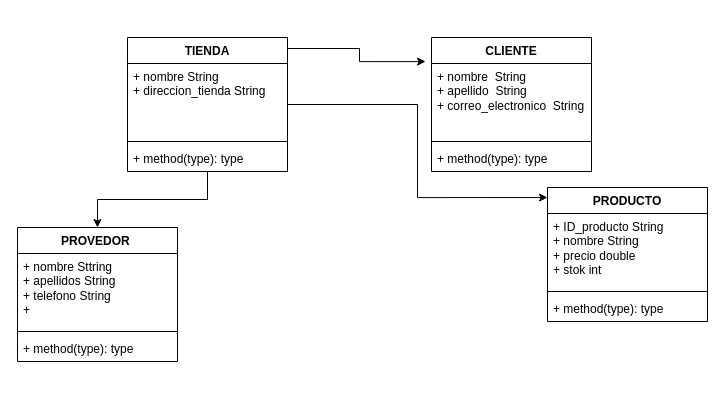
MAB288/fundamentos_de_base_de_datos_Maviel_Martinez keeps this draw.io diagram as page "Page-1" (1 of 2) of DIAGRAMA/TABLAS.drawio. Above is the earlier version. Source tidied: cells renumbered, new cells numbered last; positions are measured from the earlier drawing's top-left corner, leaving out a move shared by most shapes. Both pictures are drawn from the tidied source at 100%, with x=0, y=0 at pixel (17, 37).
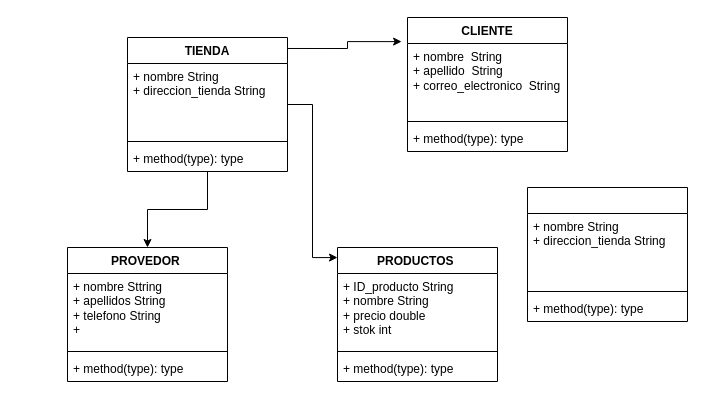
Above is the later version.

Change to the diagram source:
```diff
@@
     <mxCell id="2" value="PROVEDOR&amp;nbsp;" style="swimlane;fontStyle=1;align=center;verticalAlign=top;horizontal=1;startSize=26;whiteSpace=wrap;html=1;" parent="1" vertex="1">
-      <mxGeometry y="190" width="160" height="134" as="geometry" />
+      <mxGeometry x="50" y="210" width="160" height="134" as="geometry" />
     </mxCell>
@@
     <mxCell id="6" value="CLIENTE" style="swimlane;fontStyle=1;align=center;verticalAlign=top;horizontal=1;startSize=26;whiteSpace=wrap;html=1;" parent="1" vertex="1">
-      <mxGeometry x="414" width="160" height="134" as="geometry" />
+      <mxGeometry x="390" y="-20" width="160" height="134" as="geometry" />
     </mxCell>
@@
-    <mxCell id="11" value="PRODUCTO" style="swimlane;fontStyle=1;align=center;verticalAlign=top;horizontal=1;startSize=26;whiteSpace=wrap;html=1;" parent="1" vertex="1">
-      <mxGeometry x="530" y="150" width="160" height="134" as="geometry" />
+    <mxCell id="11" value="PRODUCTOS&amp;nbsp;" style="swimlane;fontStyle=1;align=center;verticalAlign=top;horizontal=1;startSize=26;whiteSpace=wrap;html=1;" parent="1" vertex="1">
+      <mxGeometry x="320" y="210" width="160" height="134" as="geometry" />
     </mxCell>
@@
+    <mxCell id="21" style="swimlane;fontStyle=1;align=center;verticalAlign=top;horizontal=1;startSize=26;whiteSpace=wrap;html=1;" parent="1" vertex="1">
+      <mxGeometry x="510" y="150" width="160" height="134" as="geometry" />
+    </mxCell>
+    <mxCell id="22" value="+ nombre String&lt;br&gt;+ direccion_tienda String" style="text;strokeColor=none;fillColor=none;align=left;verticalAlign=top;spacingLeft=4;spacingRight=4;overflow=hidden;whiteSpace=wrap;html=1;" parent="21" vertex="1">
+      <mxGeometry y="26" width="160" height="74" as="geometry" />
+    </mxCell>
+    <mxCell id="23" style="line;strokeWidth=1;fillColor=none;align=left;verticalAlign=middle;spacingTop=-1;spacingLeft=3;spacingRight=3;labelPosition=right;strokeColor=inherit;" parent="21" vertex="1">
+      <mxGeometry y="100" width="160" height="8" as="geometry" />
+    </mxCell>
+    <mxCell id="24" value="+ method(type): type" style="text;strokeColor=none;fillColor=none;align=left;verticalAlign=top;spacingLeft=4;spacingRight=4;overflow=hidden;whiteSpace=wrap;html=1;" parent="21" vertex="1">
+      <mxGeometry y="108" width="160" height="26" as="geometry" />
+    </mxCell>
```
